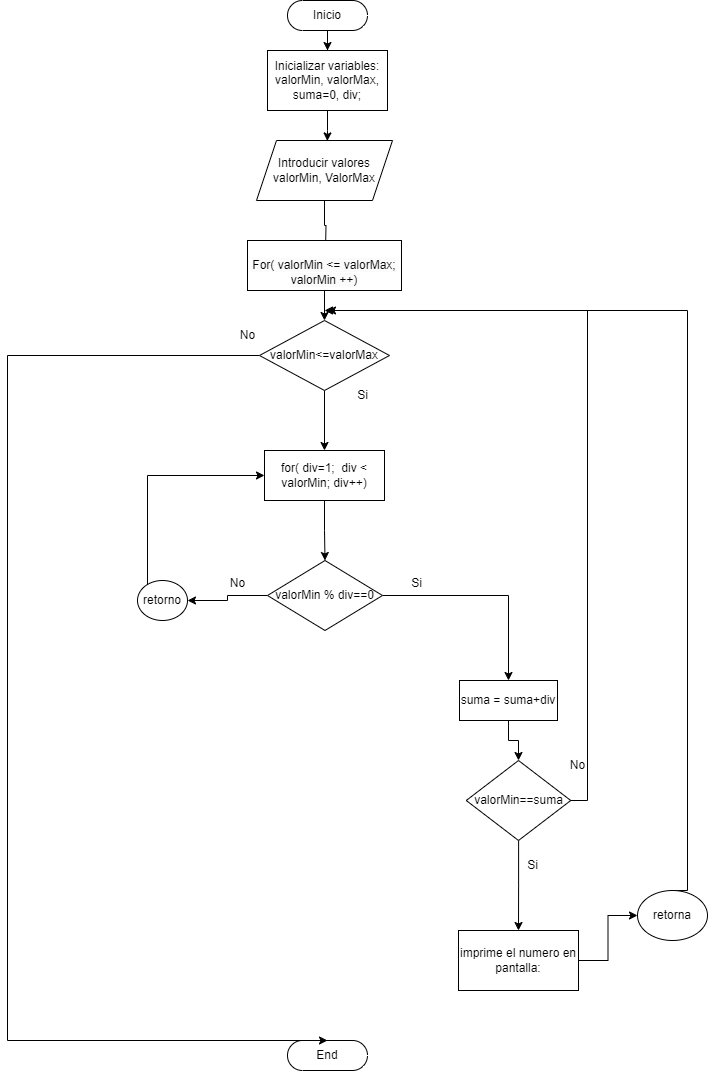
The draw.io diagram Unidad-1/Tarea3_AdonayGG/images/numerosPerfectos.png in adogonz23/programacion, before a commit. Source tidied: cells renumbered, new cells last; positions are measured from the earlier drawing's top-left corner, leaving out a move shared by most shapes.
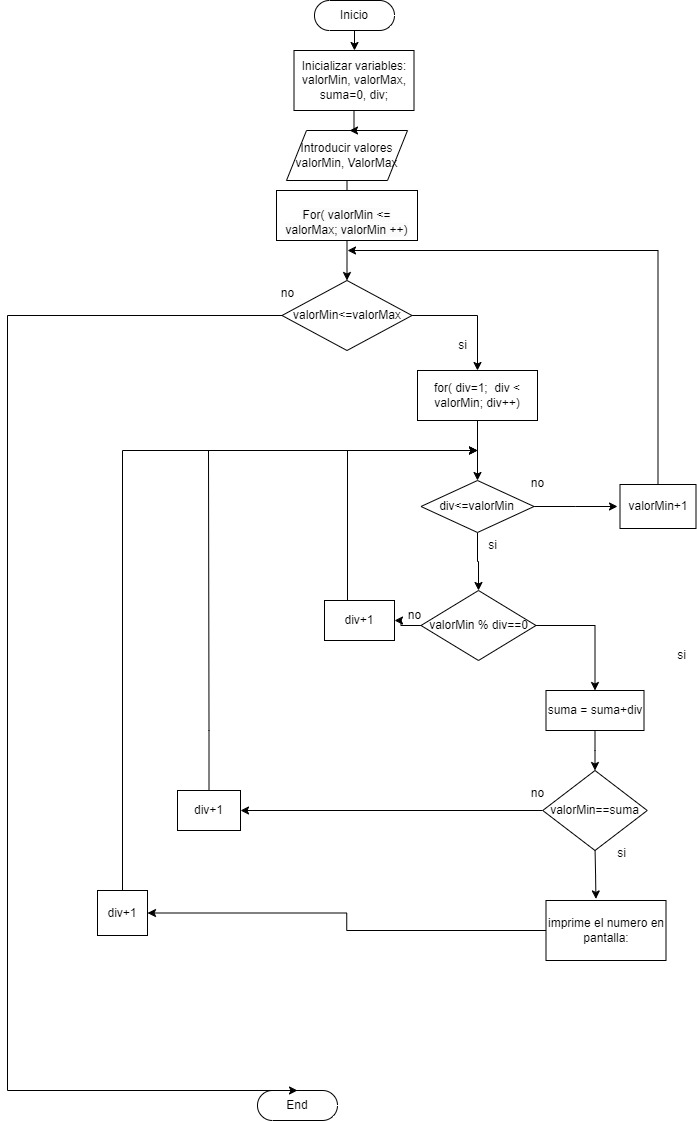
After the commit.

The edit, as a diff of the source:
```diff
@@ -6,18 +6,13 @@
       <mxGeometry relative="1" as="geometry" />
     </mxCell>
     <mxCell id="3" value="Inicio" style="html=1;dashed=0;whiteSpace=wrap;shape=mxgraph.dfd.start;" parent="1" vertex="1">
-      <mxGeometry x="280" width="80" height="30" as="geometry" />
+      <mxGeometry x="277" y="-20" width="80" height="30" as="geometry" />
     </mxCell>
-    <mxCell id="4" style="edgeStyle=orthogonalEdgeStyle;rounded=0;jettySize=auto;html=1;entryX=0.5;entryY=0;entryDx=0;entryDy=0;" parent="1" edge="1" source="5">
-      <mxGeometry relative="1" as="geometry">
-        <mxPoint x="318" y="250" as="targetPoint" />
-      </mxGeometry>
-    </mxCell>
     <mxCell id="5" value="Introducir valores&lt;br&gt;valorMin, ValorMax" style="shape=parallelogram;perimeter=parallelogramPerimeter;whiteSpace=wrap;html=1;fixedSize=1;" parent="1" vertex="1">
-      <mxGeometry x="249" y="140" width="136" height="60" as="geometry" />
+      <mxGeometry x="249" y="110" width="121" height="50" as="geometry" />
     </mxCell>
     <mxCell id="6" value="Inicializar variables:&lt;br&gt;valorMin, valorMax, suma=0, div;" style="whiteSpace=wrap;html=1;" parent="1" vertex="1">
-      <mxGeometry x="260" y="50" width="120" height="60" as="geometry" />
+      <mxGeometry x="256.5" y="30" width="120" height="60" as="geometry" />
     </mxCell>
     <mxCell id="7" style="edgeStyle=orthogonalEdgeStyle;rounded=0;jettySize=auto;html=1;entryX=0.521;entryY=0.007;entryDx=0;entryDy=0;entryPerimeter=0;" parent="1" edge="1" source="6" target="5">
       <mxGeometry relative="1" as="geometry" />
@@ -26,106 +21,150 @@
       <mxGeometry relative="1" as="geometry" />
     </mxCell>
     <mxCell id="9" value="&lt;br&gt;&lt;span style=&quot;color: rgb(0, 0, 0); font-family: Helvetica; font-size: 12px; font-style: normal; font-variant-ligatures: normal; font-variant-caps: normal; font-weight: 400; letter-spacing: normal; orphans: 2; text-align: center; text-indent: 0px; text-transform: none; widows: 2; word-spacing: 0px; -webkit-text-stroke-width: 0px; background-color: rgb(251, 251, 251); text-decoration-thickness: initial; text-decoration-style: initial; text-decoration-color: initial; float: none; display: inline !important;&quot;&gt;For( valorMin &amp;lt;= valorMax; valorMin ++)&lt;/span&gt;&lt;br&gt;" style="rounded=0;whiteSpace=wrap;html=1;" parent="1" vertex="1">
-      <mxGeometry x="240" y="240" width="154" height="50" as="geometry" />
+      <mxGeometry x="239" y="170" width="141" height="50" as="geometry" />
     </mxCell>
-    <mxCell id="10" style="edgeStyle=orthogonalEdgeStyle;rounded=0;jettySize=auto;html=1;entryX=0.5;entryY=0;entryDx=0;entryDy=0;" parent="1" edge="1" source="11" target="14">
-      <mxGeometry relative="1" as="geometry" />
-    </mxCell>
+    <mxCell id="36" style="edgeStyle=orthogonalEdgeStyle;rounded=0;jettySize=auto;html=1;entryX=0.5;entryY=0;entryDx=0;entryDy=0;" parent="1" edge="1" source="11" target="43">
+      <mxGeometry relative="1" as="geometry" />
+    </mxCell>
     <mxCell id="11" value="for( div=1;&amp;nbsp; div &amp;lt; valorMin; div++)" style="rounded=0;whiteSpace=wrap;html=1;" parent="1" vertex="1">
-      <mxGeometry x="257" y="450" width="120" height="50" as="geometry" />
+      <mxGeometry x="380" y="350" width="120" height="50" as="geometry" />
     </mxCell>
-    <mxCell id="12" style="edgeStyle=orthogonalEdgeStyle;rounded=0;jettySize=auto;html=1;" parent="1" edge="1" source="14" target="28">
-      <mxGeometry relative="1" as="geometry" />
-    </mxCell>
+    <mxCell id="37" style="edgeStyle=orthogonalEdgeStyle;rounded=0;jettySize=auto;html=1;entryX=1;entryY=0.5;entryDx=0;entryDy=0;" parent="1" edge="1" source="14" target="49">
+      <mxGeometry relative="1" as="geometry" />
+    </mxCell>
-    <mxCell id="13" style="edgeStyle=orthogonalEdgeStyle;rounded=0;jettySize=auto;html=1;entryX=0.5;entryY=0;entryDx=0;entryDy=0;" parent="1" edge="1" source="14" target="16">
+    <mxCell id="13" style="edgeStyle=orthogonalEdgeStyle;rounded=0;jettySize=auto;html=1;" parent="1" edge="1" source="14" target="16">
       <mxGeometry relative="1" as="geometry" />
     </mxCell>
     <mxCell id="14" value="valorMin % div==0" style="rhombus;whiteSpace=wrap;html=1;" parent="1" vertex="1">
-      <mxGeometry x="260" y="560" width="115" height="70" as="geometry" />
+      <mxGeometry x="383.5" y="570" width="115" height="70" as="geometry" />
     </mxCell>
-    <mxCell id="15" style="edgeStyle=orthogonalEdgeStyle;rounded=0;jettySize=auto;html=1;entryX=0.5;entryY=0;entryDx=0;entryDy=0;" parent="1" edge="1" source="16" target="19">
-      <mxGeometry relative="1" as="geometry" />
-    </mxCell>
+    <mxCell id="38" style="edgeStyle=orthogonalEdgeStyle;rounded=0;jettySize=auto;html=1;entryX=0.5;entryY=0;entryDx=0;entryDy=0;" parent="1" edge="1" source="16">
+      <mxGeometry relative="1" as="geometry">
+        <mxPoint x="557.5" y="750" as="targetPoint" />
+      </mxGeometry>
+    </mxCell>
     <mxCell id="16" value="suma = suma+div" style="rounded=0;whiteSpace=wrap;html=1;" parent="1" vertex="1">
-      <mxGeometry x="452" y="680" width="98" height="40" as="geometry" />
+      <mxGeometry x="508.5" y="670" width="98" height="40" as="geometry" />
     </mxCell>
-    <mxCell id="17" style="edgeStyle=orthogonalEdgeStyle;rounded=0;jettySize=auto;html=1;entryX=0.5;entryY=0;entryDx=0;entryDy=0;" parent="1" edge="1" source="19" target="22">
-      <mxGeometry relative="1" as="geometry" />
-    </mxCell>
-    <mxCell id="18" style="edgeStyle=orthogonalEdgeStyle;rounded=0;jettySize=auto;html=1;" parent="1" edge="1" source="19">
-      <mxGeometry relative="1" as="geometry">
-        <mxPoint x="320" y="310" as="targetPoint" />
-        <Array as="points">
-          <mxPoint x="580" y="800" />
-          <mxPoint x="580" y="310" />
-        </Array>
-      </mxGeometry>
-    </mxCell>
+    <mxCell id="39" style="edgeStyle=orthogonalEdgeStyle;rounded=0;jettySize=auto;html=1;" parent="1" edge="1" source="19" target="55">
+      <mxGeometry relative="1" as="geometry" />
+    </mxCell>
     <mxCell id="19" value="valorMin==suma" style="rhombus;whiteSpace=wrap;html=1;" parent="1" vertex="1">
-      <mxGeometry x="458.8" y="760" width="104.5" height="80" as="geometry" />
+      <mxGeometry x="505.2" y="750" width="104.5" height="80" as="geometry" />
     </mxCell>
-    <mxCell id="20" value="Si" style="text;html=1;align=center;verticalAlign=middle;strokeColor=none;fillColor=none;" parent="1" vertex="1">
-      <mxGeometry x="394" y="568" width="30" height="30" as="geometry" />
-    </mxCell>
-    <mxCell id="21" style="edgeStyle=orthogonalEdgeStyle;rounded=0;jettySize=auto;html=1;" parent="1" edge="1" source="22" target="25">
-      <mxGeometry relative="1" as="geometry" />
-    </mxCell>
+    <mxCell id="40" style="edgeStyle=orthogonalEdgeStyle;rounded=0;jettySize=auto;html=1;entryX=1;entryY=0.5;entryDx=0;entryDy=0;" parent="1" edge="1" source="22" target="57">
+      <mxGeometry relative="1" as="geometry" />
+    </mxCell>
     <mxCell id="22" value="imprime el numero en pantalla:" style="rounded=0;whiteSpace=wrap;html=1;" parent="1" vertex="1">
-      <mxGeometry x="451" y="930" width="120" height="60" as="geometry" />
+      <mxGeometry x="508.5" y="880" width="120" height="60" as="geometry" />
     </mxCell>
-    <mxCell id="23" value="Si" style="text;html=1;align=center;verticalAlign=middle;strokeColor=none;fillColor=none;" parent="1" vertex="1">
-      <mxGeometry x="510" y="850" width="30" height="30" as="geometry" />
-    </mxCell>
-    <mxCell id="24" style="edgeStyle=orthogonalEdgeStyle;rounded=0;jettySize=auto;html=1;exitX=0.5;exitY=0;exitDx=0;exitDy=0;" parent="1" edge="1" source="25">
-      <mxGeometry relative="1" as="geometry">
-        <mxPoint x="317" y="310" as="targetPoint" />
-        <Array as="points">
-          <mxPoint x="680" y="890" />
-          <mxPoint x="680" y="310" />
-        </Array>
-      </mxGeometry>
-    </mxCell>
-    <mxCell id="25" value="retorna" style="ellipse;whiteSpace=wrap;html=1;" parent="1" vertex="1">
-      <mxGeometry x="630" y="890" width="70" height="50" as="geometry" />
-    </mxCell>
-    <mxCell id="26" value="No" style="text;html=1;align=center;verticalAlign=middle;strokeColor=none;fillColor=none;" parent="1" vertex="1">
-      <mxGeometry x="210" y="568" width="40" height="30" as="geometry" />
-    </mxCell>
-    <mxCell id="27" style="edgeStyle=orthogonalEdgeStyle;rounded=0;jettySize=auto;html=1;entryX=0;entryY=0.5;entryDx=0;entryDy=0;" parent="1" edge="1" source="28" target="11">
-      <mxGeometry relative="1" as="geometry">
-        <Array as="points">
-          <mxPoint x="140" y="475" />
-        </Array>
-      </mxGeometry>
-    </mxCell>
-    <mxCell id="28" value="retorno" style="ellipse;whiteSpace=wrap;html=1;" parent="1" vertex="1">
-      <mxGeometry x="130" y="580" width="50" height="40" as="geometry" />
-    </mxCell>
     <mxCell id="29" value="End" style="html=1;dashed=0;whiteSpace=wrap;shape=mxgraph.dfd.start;" parent="1" vertex="1">
-      <mxGeometry x="280" y="1040" width="80" height="30" as="geometry" />
+      <mxGeometry x="220" y="1070" width="80" height="30" as="geometry" />
     </mxCell>
-    <mxCell id="30" style="edgeStyle=orthogonalEdgeStyle;rounded=0;jettySize=auto;html=1;" parent="1" edge="1" source="32" target="11">
+    <mxCell id="30" style="edgeStyle=orthogonalEdgeStyle;rounded=0;jettySize=auto;html=1;entryX=0.5;entryY=0;entryDx=0;entryDy=0;" parent="1" edge="1" source="32" target="11">
       <mxGeometry relative="1" as="geometry" />
     </mxCell>
+    <mxCell id="32" value="valorMin&amp;lt;=valorMax" style="rhombus;whiteSpace=wrap;html=1;" parent="1" vertex="1">
+      <mxGeometry x="244.5" y="260" width="130" height="70" as="geometry" />
+    </mxCell>
+    <mxCell id="41" style="edgeStyle=orthogonalEdgeStyle;rounded=0;jettySize=auto;html=1;entryX=0.5;entryY=0;entryDx=0;entryDy=0;" parent="1" edge="1" source="43" target="14">
+      <mxGeometry relative="1" as="geometry" />
+    </mxCell>
+    <mxCell id="42" style="edgeStyle=orthogonalEdgeStyle;rounded=0;jettySize=auto;html=1;" parent="1" edge="1" source="43">
+      <mxGeometry relative="1" as="geometry">
+        <mxPoint x="580" y="486" as="targetPoint" />
+      </mxGeometry>
+    </mxCell>
+    <mxCell id="43" value="div&amp;lt;=valorMin" style="rhombus;whiteSpace=wrap;html=1;" parent="1" vertex="1">
+      <mxGeometry x="383.5" y="460" width="113" height="52" as="geometry" />
+    </mxCell>
+    <mxCell id="44" value="si" style="text;html=1;align=center;verticalAlign=middle;strokeColor=none;fillColor=none;" parent="1" vertex="1">
+      <mxGeometry x="410" y="310" width="30" height="30" as="geometry" />
+    </mxCell>
+    <mxCell id="45" value="no" style="text;html=1;align=center;verticalAlign=middle;strokeColor=none;fillColor=none;" parent="1" vertex="1">
+      <mxGeometry x="230" y="258" width="40" height="30" as="geometry" />
+    </mxCell>
     <mxCell id="31" style="edgeStyle=orthogonalEdgeStyle;rounded=0;jettySize=auto;html=1;entryX=0.5;entryY=0.5;entryDx=0;entryDy=-15;entryPerimeter=0;" parent="1" edge="1" source="32" target="29">
       <mxGeometry relative="1" as="geometry">
         <Array as="points">
-          <mxPoint y="355" />
-          <mxPoint y="1040" />
+          <mxPoint x="-30" y="295" />
+          <mxPoint x="-30" y="1070" />
         </Array>
       </mxGeometry>
     </mxCell>
-    <mxCell id="32" value="valorMin&amp;lt;=valorMax" style="rhombus;whiteSpace=wrap;html=1;" parent="1" vertex="1">
-      <mxGeometry x="252" y="320" width="130" height="70" as="geometry" />
-    </mxCell>
-    <mxCell id="33" value="Si" style="text;html=1;align=center;verticalAlign=middle;strokeColor=none;fillColor=none;" parent="1" vertex="1">
-      <mxGeometry x="340" y="380" width="30" height="30" as="geometry" />
-    </mxCell>
-    <mxCell id="34" value="No" style="text;html=1;align=center;verticalAlign=middle;strokeColor=none;fillColor=none;" parent="1" vertex="1">
-      <mxGeometry x="220" y="320" width="40" height="30" as="geometry" />
-    </mxCell>
-    <mxCell id="35" value="No" style="text;html=1;align=center;verticalAlign=middle;strokeColor=none;fillColor=none;" parent="1" vertex="1">
-      <mxGeometry x="550" y="750" width="40" height="30" as="geometry" />
-    </mxCell>
+    <mxCell id="46" value="si" style="text;html=1;align=center;verticalAlign=middle;strokeColor=none;fillColor=none;" parent="1" vertex="1">
+      <mxGeometry x="440" y="510" width="30" height="30" as="geometry" />
+    </mxCell>
+    <mxCell id="47" value="no" style="text;html=1;align=center;verticalAlign=middle;strokeColor=none;fillColor=none;" parent="1" vertex="1">
+      <mxGeometry x="357" y="580" width="40" height="30" as="geometry" />
+    </mxCell>
+    <mxCell id="48" style="edgeStyle=orthogonalEdgeStyle;rounded=0;jettySize=auto;html=1;" parent="1" edge="1" source="49">
+      <mxGeometry relative="1" as="geometry">
+        <mxPoint x="440" y="430" as="targetPoint" />
+        <Array as="points">
+          <mxPoint x="310" y="430" />
+          <mxPoint x="440" y="430" />
+        </Array>
+      </mxGeometry>
+    </mxCell>
+    <mxCell id="49" value="div+1" style="rounded=0;whiteSpace=wrap;html=1;" parent="1" vertex="1">
+      <mxGeometry x="287" y="580" width="70" height="40" as="geometry" />
+    </mxCell>
+    <mxCell id="50" value="si" style="text;html=1;align=center;verticalAlign=middle;strokeColor=none;fillColor=none;" parent="1" vertex="1">
+      <mxGeometry x="628.5" y="620" width="30" height="30" as="geometry" />
+    </mxCell>
+    <mxCell id="51" value="si" style="text;html=1;align=center;verticalAlign=middle;strokeColor=none;fillColor=none;" parent="1" vertex="1">
+      <mxGeometry x="568.5" y="818" width="30" height="30" as="geometry" />
+    </mxCell>
+    <mxCell id="52" style="edgeStyle=orthogonalEdgeStyle;rounded=0;orthogonalLoop=1;jettySize=auto;html=1;entryX=0.541;entryY=-0.026;entryDx=0;entryDy=0;entryPerimeter=0;" parent="1" edge="1">
+      <mxGeometry relative="1" as="geometry">
+        <mxPoint x="557.6" y="829.9" as="sourcePoint" />
+        <mxPoint x="558.4" y="878.4" as="targetPoint" />
+      </mxGeometry>
+    </mxCell>
+    <mxCell id="53" value="no" style="text;html=1;align=center;verticalAlign=middle;strokeColor=none;fillColor=none;" parent="1" vertex="1">
+      <mxGeometry x="480" y="758" width="40" height="30" as="geometry" />
+    </mxCell>
+    <mxCell id="54" style="edgeStyle=orthogonalEdgeStyle;rounded=0;jettySize=auto;html=1;" parent="1" edge="1" source="55">
+      <mxGeometry relative="1" as="geometry">
+        <mxPoint x="440" y="430" as="targetPoint" />
+        <Array as="points">
+          <mxPoint x="171" y="710" />
+          <mxPoint x="171" y="486" />
+        </Array>
+      </mxGeometry>
+    </mxCell>
+    <mxCell id="55" value="div+1" style="whiteSpace=wrap;html=1;" parent="1" vertex="1">
+      <mxGeometry x="140" y="770" width="63" height="40" as="geometry" />
+    </mxCell>
+    <mxCell id="56" style="edgeStyle=orthogonalEdgeStyle;rounded=0;jettySize=auto;html=1;" parent="1" edge="1" source="57">
+      <mxGeometry relative="1" as="geometry">
+        <mxPoint x="440" y="430" as="targetPoint" />
+        <Array as="points">
+          <mxPoint x="85" y="430" />
+          <mxPoint x="440" y="430" />
+        </Array>
+      </mxGeometry>
+    </mxCell>
+    <mxCell id="57" value="div+1" style="rounded=0;whiteSpace=wrap;html=1;" parent="1" vertex="1">
+      <mxGeometry x="60" y="870" width="50" height="45" as="geometry" />
+    </mxCell>
+    <mxCell id="58" value="no" style="text;html=1;align=center;verticalAlign=middle;strokeColor=none;fillColor=none;" parent="1" vertex="1">
+      <mxGeometry x="480" y="448" width="40" height="30" as="geometry" />
+    </mxCell>
+    <mxCell id="59" style="edgeStyle=orthogonalEdgeStyle;rounded=0;jettySize=auto;html=1;" parent="1" edge="1" source="60">
+      <mxGeometry relative="1" as="geometry">
+        <mxPoint x="310" y="230" as="targetPoint" />
+        <Array as="points">
+          <mxPoint x="621" y="230" />
+        </Array>
+      </mxGeometry>
+    </mxCell>
+    <mxCell id="60" value="valorMin+1" style="rounded=0;whiteSpace=wrap;html=1;" parent="1" vertex="1">
+      <mxGeometry x="582.5" y="464" width="76" height="44" as="geometry" />
+    </mxCell>
+    <mxCell id="61" style="endArrow=none;html=1;rounded=0;entryX=0.5;entryY=1;entryDx=0;entryDy=0;exitX=0.5;exitY=0;exitDx=0;exitDy=0;" parent="1" edge="1" source="9" target="5">
+      <mxGeometry relative="1" as="geometry" />
+    </mxCell>
   </root>
 </mxGraphModel>
```
